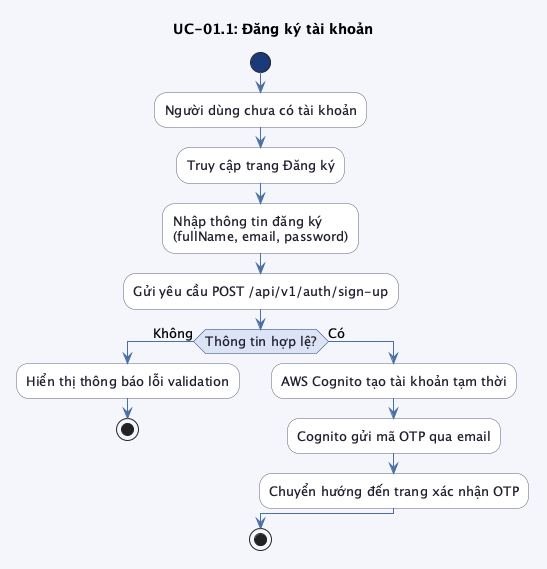
Earlier version of the PlantUML export src/images/chap3/activity_uc01_1.png (trongnhan34vn/trello-report). Source of this version:
```plantuml
@startuml activity_uc01_1

skinparam linetype ortho
skinparam defaultFontSize 13
skinparam backgroundColor #f4f6fb
skinparam activity {
    BackgroundColor #ffffff
    BorderColor #5b6279
    FontColor #1e1e2e
    ArrowColor #4a6fa5
    DiamondBackgroundColor #dce3f5
    DiamondBorderColor #1a3a7a
    DiamondFontColor #1e1e2e
    StartColor #1a3a7a
    EndColor #1a3a7a
}

title UC-01.1: Đăng ký tài khoản

start

:Người dùng chưa có tài khoản;
:Truy cập trang Đăng ký;
:Nhập thông tin đăng ký\n(fullName, email, password);
:Gửi yêu cầu POST /api/v1/auth/sign-up;

if (Thông tin hợp lệ?) then (Không)
    :Hiển thị thông báo lỗi validation;
    stop
else (Có)
    :AWS Cognito tạo tài khoản tạm thời;
    :Cognito gửi mã OTP qua email;
    :Chuyển hướng đến trang xác nhận OTP;
endif

stop

@enduml
```
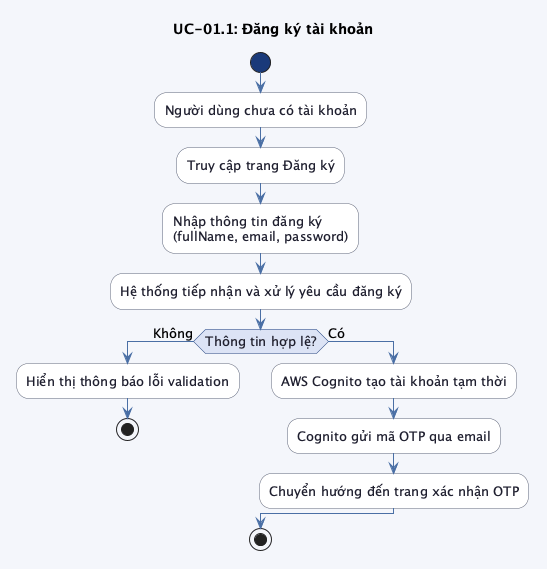
The same diagram one commit later.

The edit, as a diff of the source:
```diff
@@ -22,7 +22,7 @@
 :Người dùng chưa có tài khoản;
 :Truy cập trang Đăng ký;
 :Nhập thông tin đăng ký\n(fullName, email, password);
-:Gửi yêu cầu POST /api/v1/auth/sign-up;
+:Hệ thống tiếp nhận và xử lý yêu cầu đăng ký;
 
 if (Thông tin hợp lệ?) then (Không)
     :Hiển thị thông báo lỗi validation;
```
